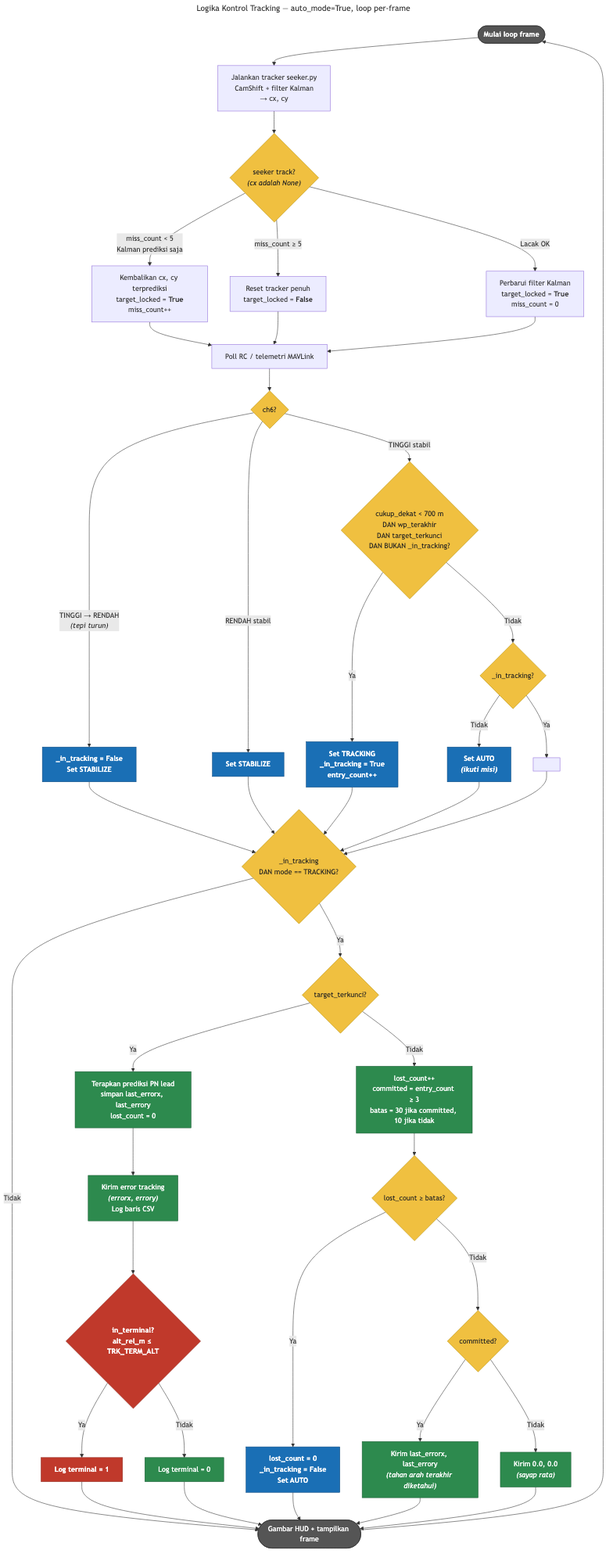
This is docs/chart_03_tracking_logic.png from musaelhanafi/drone-seeker, a Mermaid export, as it was before one commit. Its source is kept beside it as docs/chart_03_tracking_logic.mmd.
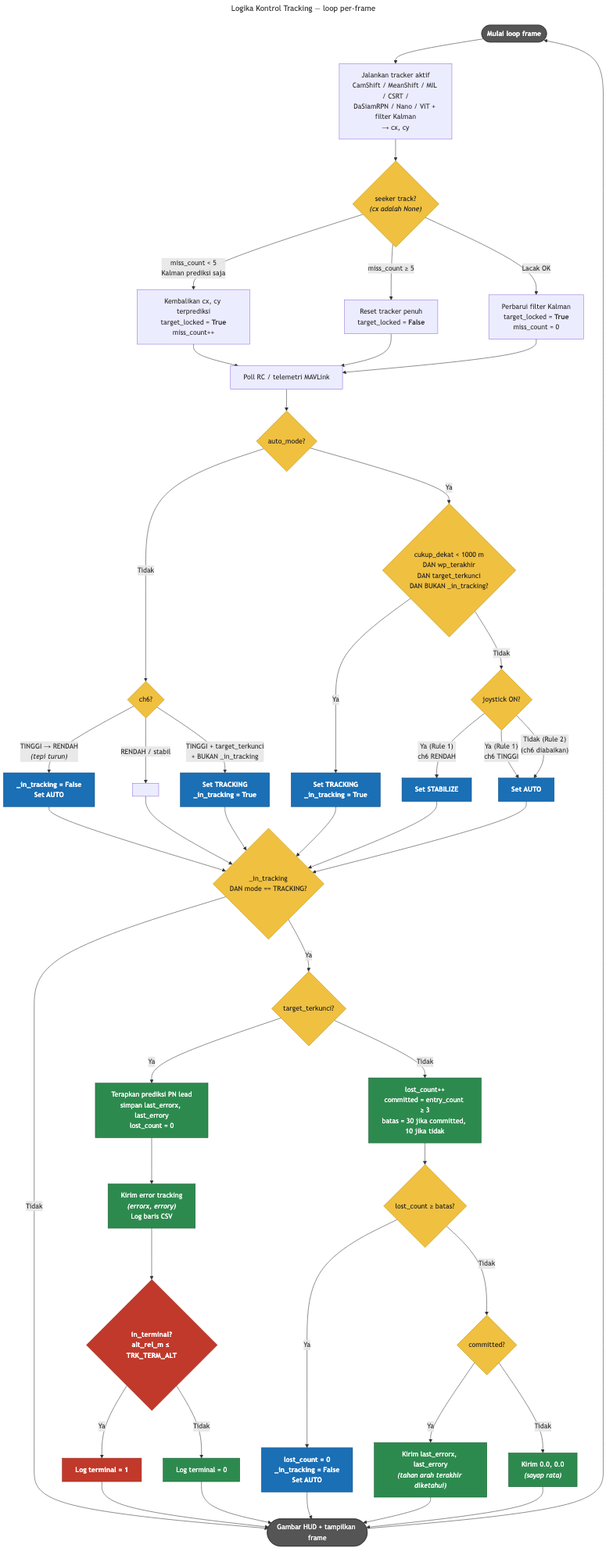
Later version of the same file.

Commit message:
fix tracking option

Diff of the diagram source:
```diff
@@ -1,11 +1,12 @@
 ---
-title: Logika Kontrol Tracking — auto_mode=True, loop per-frame
+title: Logika Kontrol Tracking — loop per-frame
 ---
 flowchart TD
     START(["`**Mulai loop frame**`"])
 
-    START --> READ["`Jalankan tracker seeker.py
-    CamShift + filter Kalman
+    START --> READ["`Jalankan tracker aktif
+    CamShift / MeanShift / MIL / CSRT /
+    DaSiamRPN / Nano / ViT + filter Kalman
     → cx, cy`"]
 
     READ --> KFPRED{"`seeker track?
@@ -26,35 +27,46 @@
     KF_OK --> POLL
 
     POLL["`Poll RC / telemetri MAVLink`"]
-    POLL --> CH6{ch6?}
+    POLL --> AUTOMODE{auto_mode?}
 
-    CH6 -- "`TINGGI → RENDAH
-    _(tepi turun)_`" --> FELL["`_in_tracking = False
-    Set **STABILIZE**`"]
+    AUTOMODE -- Tidak --> CH6_R3{ch6?}
 
-    CH6 -- "RENDAH stabil" --> SET_STAB_LOW["`Set **STABILIZE**`"]
+    CH6_R3 -- "`TINGGI → RENDAH
+    _(tepi turun)_`" --> FELL_R3["`_in_tracking = False
+    Set **AUTO**`"]
 
-    CH6 -- "TINGGI stabil" --> WPCHECK{"`cukup_dekat < 700 m
+    CH6_R3 -- "RENDAH / stabil" --> SKIP_R3[ ]
+
+    CH6_R3 -- "`TINGGI + target_terkunci
+    + BUKAN _in_tracking`" --> ENTER_R3["`Set **TRACKING**
+    _in_tracking = True`"]
+
+    FELL_R3    --> FEED
+    SKIP_R3    --> FEED
+    ENTER_R3   --> FEED
+
+    AUTOMODE -- Ya --> WPCHECK{"`cukup_dekat < 1000 m
     DAN wp_terakhir
     DAN target_terkunci
     DAN BUKAN _in_tracking?`"}
 
-    WPCHECK -- Ya --> ENTER_TRACK["`Set **TRACKING**
-    _in_tracking = True
-    entry_count++`"]
+    WPCHECK -- Ya --> ENTER_AUTO["`Set **TRACKING**
+    _in_tracking = True`"]
 
-    WPCHECK -- Tidak --> IN_TRACK{_in_tracking?}
+    WPCHECK -- Tidak --> JOYCHECK{joystick ON?}
 
-    IN_TRACK -- Tidak --> SET_AUTO_MISSION["`Set **AUTO**
-    _(ikuti misi)_`"]
+    JOYCHECK -- "`Ya (Rule 1)
+    ch6 RENDAH`" --> SET_STAB["`Set **STABILIZE**`"]
 
-    IN_TRACK -- Ya --> SKIP[ ]
+    JOYCHECK -- "`Ya (Rule 1)
+    ch6 TINGGI`" --> SET_AUTO["`Set **AUTO**`"]
 
-    FELL          --> FEED
-    SET_STAB_LOW  --> FEED
-    ENTER_TRACK   --> FEED
-    SET_AUTO_MISSION --> FEED
-    SKIP          --> FEED
+    JOYCHECK -- "`Tidak (Rule 2)
+    (ch6 diabaikan)`" --> SET_AUTO
+
+    ENTER_AUTO --> FEED
+    SET_STAB   --> FEED
+    SET_AUTO   --> FEED
 
     FEED{"`_in_tracking
     DAN mode == TRACKING?`"}
@@ -105,8 +117,8 @@
     classDef term_node  fill:#c0392b,color:#fff,stroke:#922b21,font-weight:bold
     classDef endpoint   fill:#555,color:#fff,stroke:#333
 
-    class FELL,SET_STAB_LOW,SET_AUTO_MISSION,ENTER_TRACK,FORCE_AUTO modeCmd
-    class CH6,WPCHECK,IN_TRACK,FEED,TGT,LOSTLIM,COMMITTED,TERM,KFPRED decision
+    class FELL_R3,SET_STAB,SET_AUTO,ENTER_AUTO,ENTER_R3,FORCE_AUTO modeCmd
+    class AUTOMODE,CH6_R3,WPCHECK,JOYCHECK,FEED,TGT,LOSTLIM,COMMITTED,TERM,KFPRED decision
     class PN,SEND_ERR,SEND_LAST,SEND_ZERO,LOG_T,LOG_N,LOSTCNT action
     class LOG_T,TERM term_node
     class START,ANNOTATE endpoint
```
